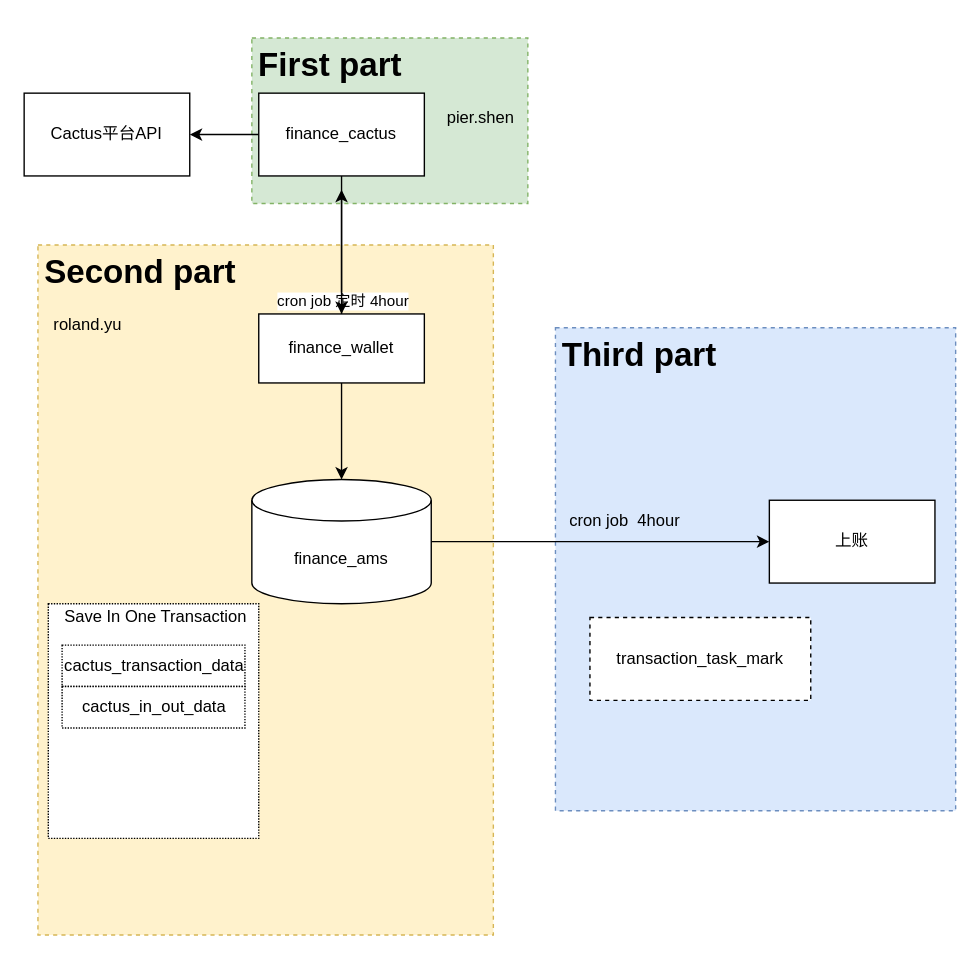
Earlier version of the draw.io diagram Untitled Diagram.drawio (qxdo/qxdo). Source tidied: cells renumbered, new cells numbered last; positions are measured from the earlier drawing's top-left corner, leaving out a move shared by most shapes. Both pictures are drawn from the tidied source at 138%, with x=0, y=0 at pixel (23, 37).
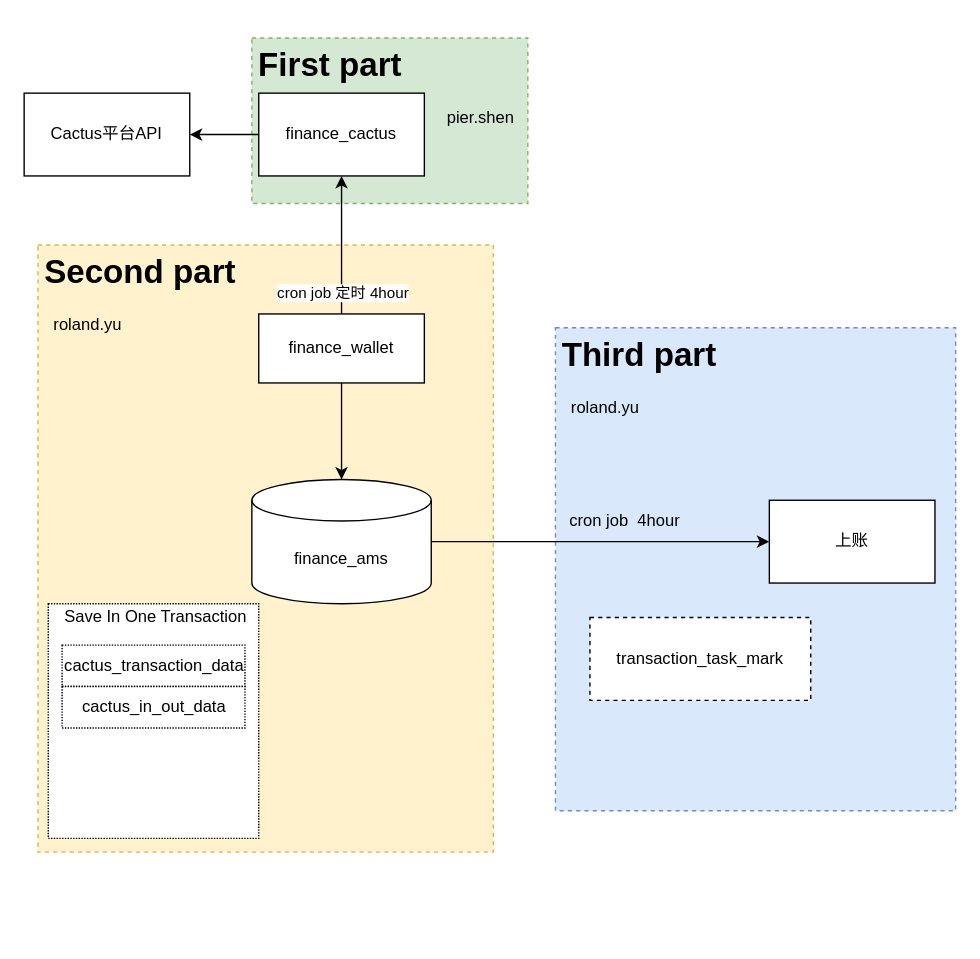
Above is the later version.

The change refers to these unchanged cells:
```xml
<mxCell id="8" value="finance_wallet" style="rounded=0;whiteSpace=wrap;html=1;" parent="1" vertex="1">
  <mxGeometry x="170" y="200" width="120" height="50" as="geometry" />
</mxCell>
<mxCell id="20" value="finance_cactus" style="rounded=0;whiteSpace=wrap;html=1;" parent="1" vertex="1">
  <mxGeometry x="170" y="40" width="120" height="60" as="geometry" />
</mxCell>
```

What changed in the source:
```diff
@@
-    <mxCell id="2" value="&lt;h1&gt;Third part&lt;/h1&gt;" style="text;html=1;strokeColor=#6c8ebf;fillColor=#dae8fc;spacing=5;spacingTop=-20;whiteSpace=wrap;overflow=hidden;rounded=0;dashed=1;" parent="1" vertex="1">
+    <mxCell id="2" value="&lt;h1&gt;Third part&lt;/h1&gt;&lt;div&gt;&amp;nbsp; roland.yu&lt;/div&gt;" style="text;html=1;strokeColor=#6c8ebf;fillColor=#dae8fc;spacing=5;spacingTop=-20;whiteSpace=wrap;overflow=hidden;rounded=0;dashed=1;" parent="1" vertex="1">
       <mxGeometry x="385" y="210" width="290" height="350" as="geometry" />
     </mxCell>
     <mxCell id="3" value="&lt;h1&gt;Second part&amp;nbsp; &amp;nbsp; &amp;nbsp; &amp;nbsp; &amp;nbsp; &amp;nbsp; &amp;nbsp; &amp;nbsp; &amp;nbsp; &amp;nbsp; &amp;nbsp;&amp;nbsp;&lt;/h1&gt;&lt;div&gt;&amp;nbsp; roland.yu&lt;/div&gt;" style="text;html=1;strokeColor=#d6b656;fillColor=#fff2cc;spacing=5;spacingTop=-20;whiteSpace=wrap;overflow=hidden;rounded=0;dashed=1;" parent="1" vertex="1">
-      <mxGeometry x="10" y="150" width="330" height="500" as="geometry" />
+      <mxGeometry x="10" y="150" width="330" height="440" as="geometry" />
     </mxCell>
@@
-    <mxCell id="5" style="edgeStyle=orthogonalEdgeStyle;rounded=0;jettySize=auto;html=1;" parent="1" edge="1" source="8">
-      <mxGeometry relative="1" as="geometry">
-        <mxPoint x="230" y="110" as="targetPoint" />
-      </mxGeometry>
+    <mxCell id="5" style="edgeStyle=orthogonalEdgeStyle;rounded=0;jettySize=auto;html=1;entryX=0.5;entryY=1;entryDx=0;entryDy=0;" parent="1" edge="1" source="8" target="20">
+      <mxGeometry relative="1" as="geometry" />
     </mxCell>
@@
-    <mxCell id="19" style="edgeStyle=orthogonalEdgeStyle;rounded=0;jettySize=auto;html=1;" parent="1" edge="1" source="20" target="8">
-      <mxGeometry relative="1" as="geometry" />
-    </mxCell>
```
